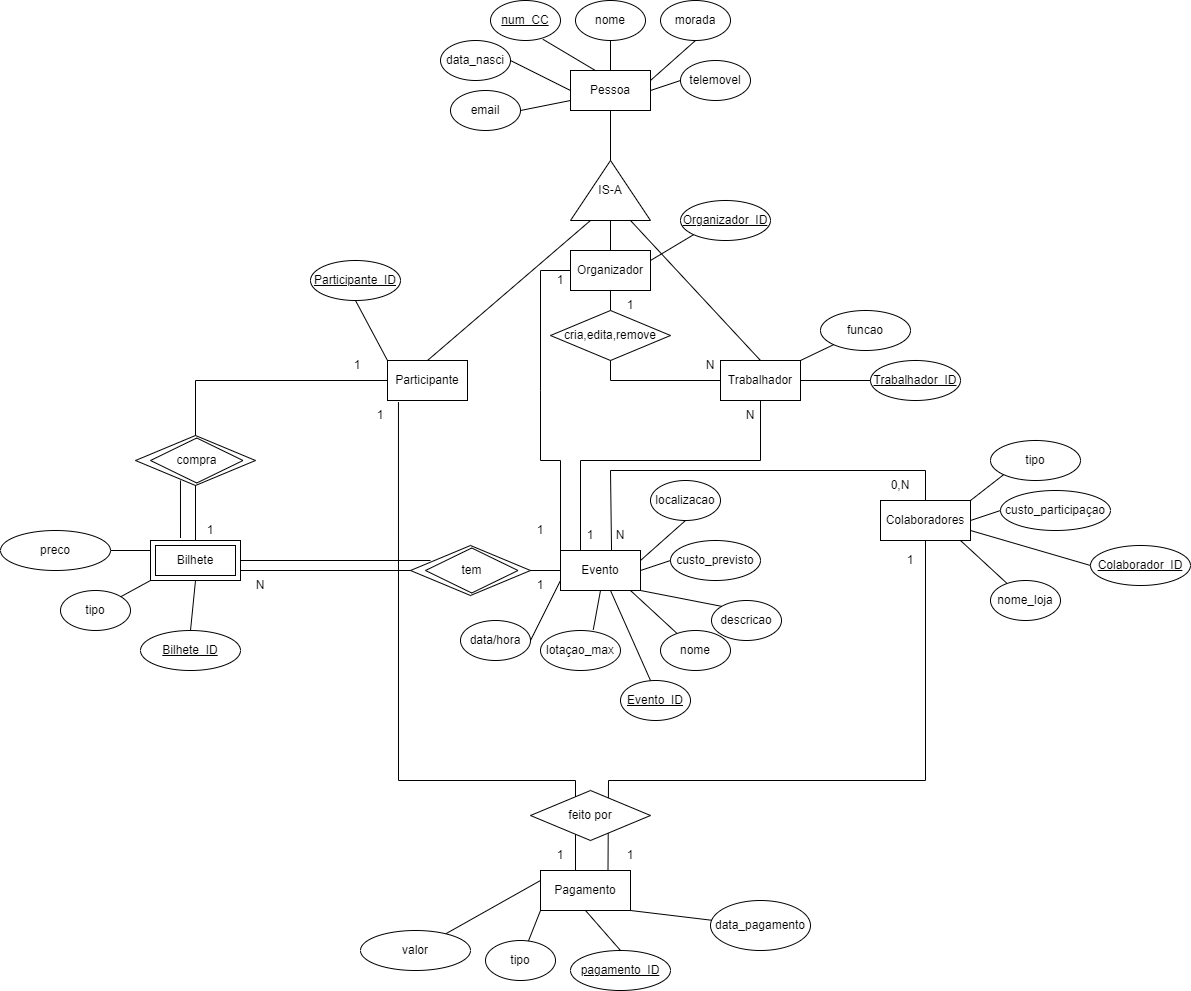
Earlier version of the draw.io export APFE_108304_114129/der.png (rtavares018/Projeto_BD_2024). Source tidied: cells renumbered, new cells last; positions are measured from the earlier drawing's top-left corner, leaving out a move shared by most shapes.
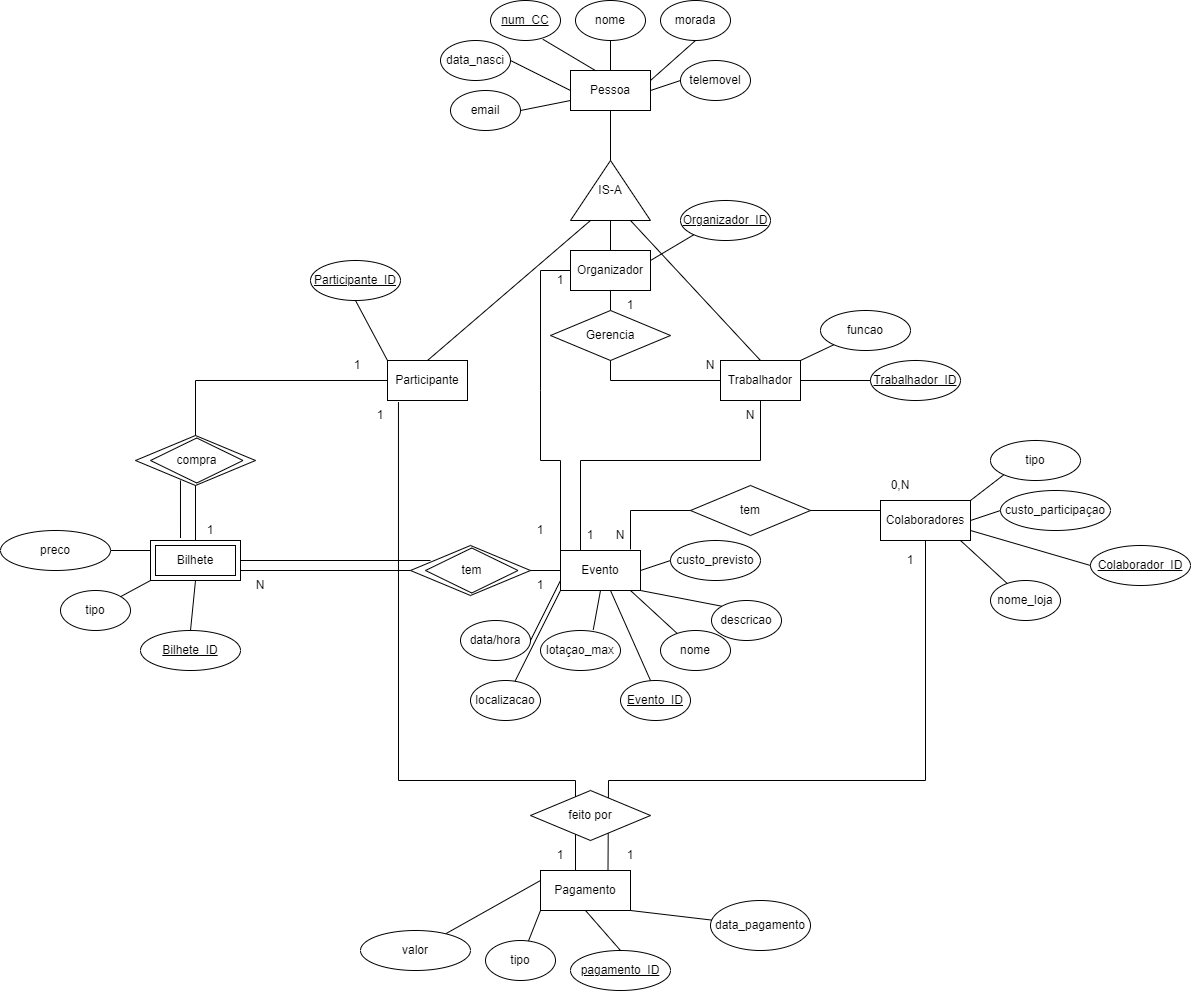
Later version of the same file.

The edit, as a diff of the source:
```diff
@@ -74,7 +74,7 @@
     <mxCell id="25" style="endArrow=none;html=1;rounded=0;exitX=0;exitY=0;exitDx=0;exitDy=0;entryX=0.5;entryY=1;entryDx=0;entryDy=0;" parent="2" edge="1" source="18" target="24">
       <mxGeometry relative="1" as="geometry" />
     </mxCell>
-    <mxCell id="26" value="cria,edita,remove" style="rhombus;whiteSpace=wrap;html=1;" parent="2" vertex="1">
+    <mxCell id="26" value="Gerencia" style="rhombus;whiteSpace=wrap;html=1;" parent="2" vertex="1">
       <mxGeometry x="550" y="310" width="120" height="50" as="geometry" />
     </mxCell>
     <mxCell id="27" style="endArrow=none;html=1;rounded=0;entryX=0.5;entryY=1;entryDx=0;entryDy=0;exitX=0.5;exitY=0;exitDx=0;exitDy=0;" parent="2" edge="1" source="26" target="19">
@@ -115,7 +115,7 @@
       <mxGeometry x="660" y="630" width="70" height="40" as="geometry" />
     </mxCell>
     <mxCell id="38" value="localizacao" style="ellipse;whiteSpace=wrap;html=1;" parent="2" vertex="1">
-      <mxGeometry x="650" y="480" width="70" height="40" as="geometry" />
+      <mxGeometry x="470" y="680" width="70" height="40" as="geometry" />
     </mxCell>
     <mxCell id="39" value="custo_previsto" style="ellipse;whiteSpace=wrap;html=1;" parent="2" vertex="1">
       <mxGeometry x="670" y="540" width="90" height="40" as="geometry" />
@@ -137,7 +137,7 @@
         <mxPoint x="630" y="590" as="sourcePoint" />
       </mxGeometry>
     </mxCell>
-    <mxCell id="44" style="endArrow=none;html=1;rounded=0;entryX=0.5;entryY=1;entryDx=0;entryDy=0;exitX=1;exitY=0.25;exitDx=0;exitDy=0;" parent="2" edge="1" source="35" target="38">
+    <mxCell id="44" style="endArrow=none;html=1;rounded=0;exitX=0;exitY=1;exitDx=0;exitDy=0;" parent="2" edge="1" source="35" target="38">
       <mxGeometry relative="1" as="geometry" />
     </mxCell>
     <mxCell id="45" style="endArrow=none;html=1;rounded=0;entryX=0;entryY=0.5;entryDx=0;entryDy=0;exitX=1;exitY=0.5;exitDx=0;exitDy=0;" parent="2" edge="1" source="35" target="39">
@@ -200,14 +200,6 @@
     <mxCell id="58" style="endArrow=none;html=1;rounded=0;entryX=0;entryY=0.5;entryDx=0;entryDy=0;exitX=1;exitY=0.5;exitDx=0;exitDy=0;" parent="2" edge="1" source="52" target="55">
       <mxGeometry relative="1" as="geometry" />
     </mxCell>
-    <mxCell id="59" style="endArrow=none;html=1;rounded=0;exitX=0.5;exitY=0;exitDx=0;exitDy=0;entryX=0.638;entryY=0.006;entryDx=0;entryDy=0;entryPerimeter=0;" parent="2" edge="1" source="52" target="35">
-      <mxGeometry relative="1" as="geometry">
-        <Array as="points">
-          <mxPoint x="925" y="470" />
-          <mxPoint x="610" y="470" />
-        </Array>
-      </mxGeometry>
-    </mxCell>
     <mxCell id="60" value="tipo" style="ellipse;whiteSpace=wrap;html=1;" parent="2" vertex="1">
       <mxGeometry x="990" y="440" width="90" height="40" as="geometry" />
     </mxCell>
@@ -378,5 +370,22 @@
     <mxCell id="106" style="endArrow=none;html=1;rounded=0;entryX=0.324;entryY=0.944;entryDx=0;entryDy=0;entryPerimeter=0;exitX=0;exitY=0.75;exitDx=0;exitDy=0;" parent="2" edge="1" source="89" target="102">
       <mxGeometry relative="1" as="geometry" />
     </mxCell>
+    <mxCell id="107" value="tem" style="rhombus;whiteSpace=wrap;html=1;" parent="2" vertex="1">
+      <mxGeometry x="690" y="485" width="120" height="50" as="geometry" />
+    </mxCell>
+    <mxCell id="108" style="endArrow=none;html=1;rounded=0;exitX=0;exitY=0.75;exitDx=0;exitDy=0;entryX=0;entryY=0.5;entryDx=0;entryDy=0;" parent="2" edge="1" target="107">
+      <mxGeometry relative="1" as="geometry">
+        <mxPoint x="630" y="549" as="sourcePoint" />
+        <Array as="points">
+          <mxPoint x="630" y="510" />
+        </Array>
+      </mxGeometry>
+    </mxCell>
+    <mxCell id="109" style="endArrow=none;html=1;rounded=0;" parent="2" edge="1">
+      <mxGeometry relative="1" as="geometry">
+        <mxPoint x="880" y="510" as="sourcePoint" />
+        <mxPoint x="810" y="510" as="targetPoint" />
+      </mxGeometry>
+    </mxCell>
   </root>
 </mxGraphModel>
```
